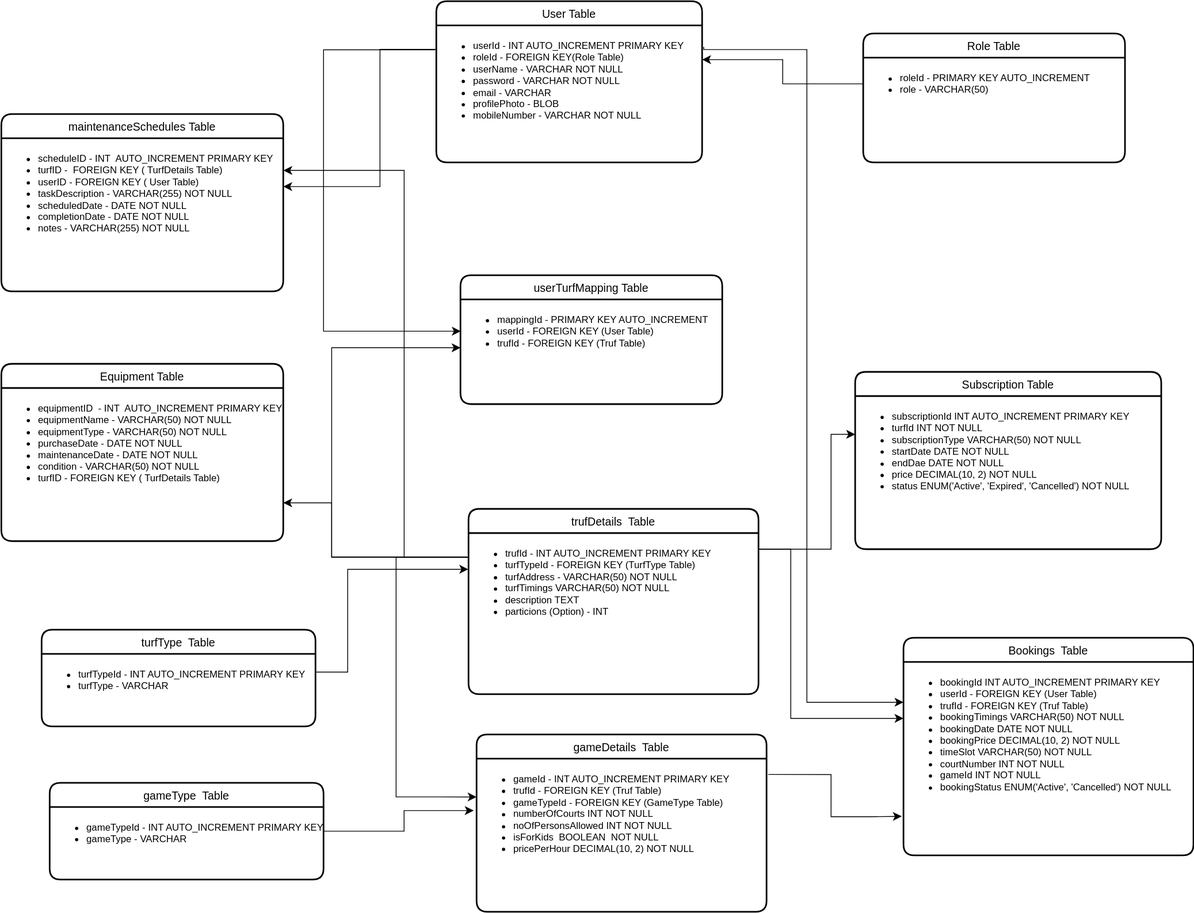
This is er_diagram.drawio.svg from JobPortal006/turf, a draw.io export, as it was before one commit. Source tidied: cells renumbered, new cells last; positions are measured from the earlier drawing's top-left corner, leaving out a move shared by most shapes.
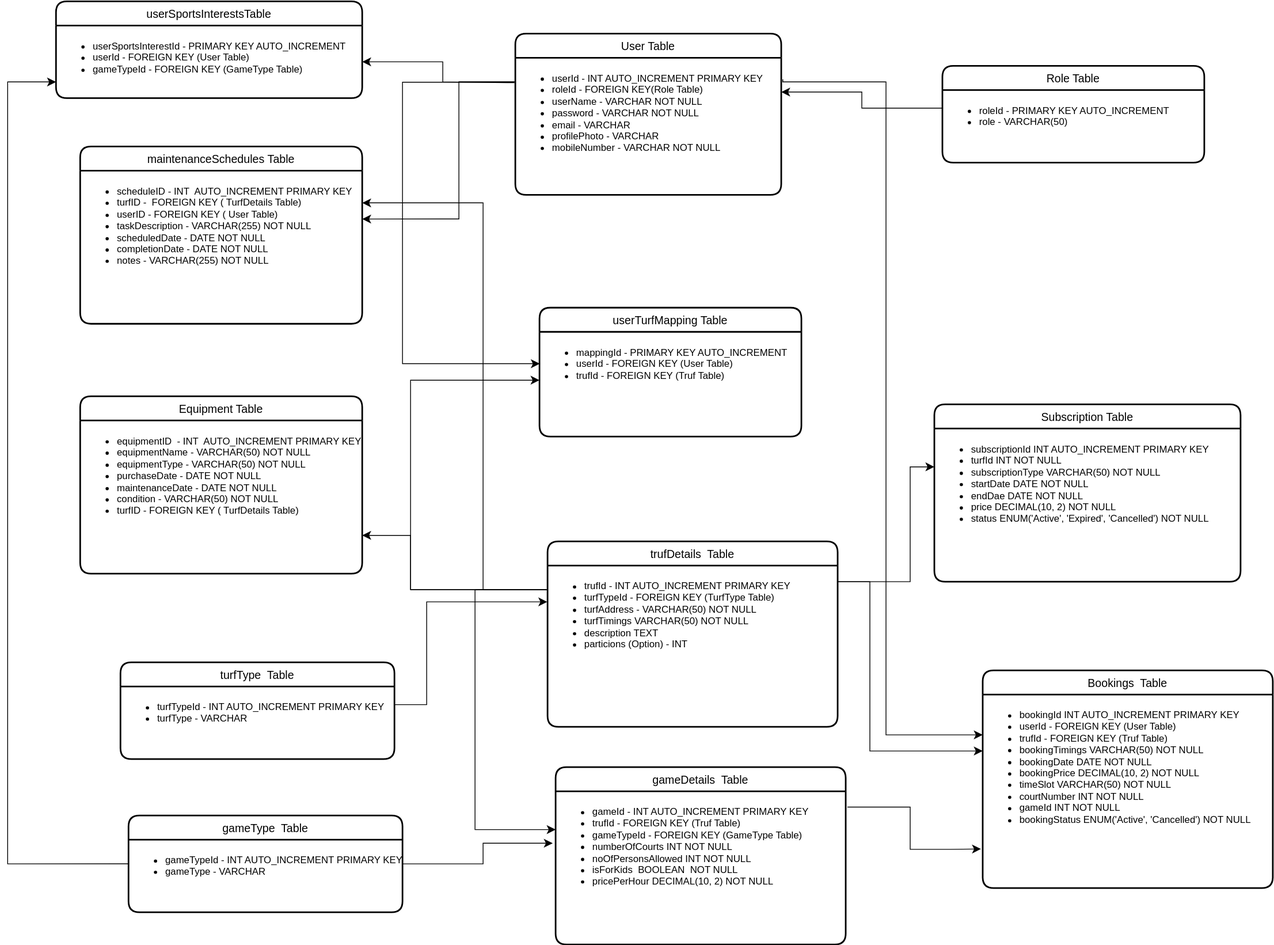
The same file after the commit.

Commit message:
New table ahnages

Change to the diagram source:
```diff
@@ -14,7 +14,7 @@
     <mxCell id="3" value="User Table" style="swimlane;horizontal=1;startSize=30;rounded=1;fontSize=14;fontStyle=0;strokeWidth=2;shadow=0;dashed=0;align=center;" parent="1" vertex="1">
       <mxGeometry x="540" width="330" height="200" as="geometry" />
     </mxCell>
-    <mxCell id="4" value="&lt;ul&gt;&lt;li&gt;&lt;span style=&quot;background-color: initial;&quot;&gt;userId -&amp;nbsp;INT AUTO_INCREMENT PRIMARY KEY&lt;/span&gt;&lt;/li&gt;&lt;li&gt;&lt;span style=&quot;background-color: initial;&quot;&gt;roleId - FOREIGN KEY(Role Table)&lt;/span&gt;&lt;/li&gt;&lt;li&gt;&lt;span style=&quot;background-color: initial;&quot;&gt;userName - VARCHAR NOT NULL&lt;/span&gt;&lt;br&gt;&lt;/li&gt;&lt;li&gt;&lt;span style=&quot;background-color: initial;&quot;&gt;password - VARCHAR NOT NULL&lt;/span&gt;&lt;/li&gt;&lt;li&gt;&lt;span style=&quot;background-color: initial;&quot;&gt;email -&amp;nbsp;VARCHAR&amp;nbsp;&lt;/span&gt;&lt;/li&gt;&lt;li&gt;&lt;span style=&quot;background-color: initial;&quot;&gt;profilePhoto - BLOB&amp;nbsp;&lt;/span&gt;&lt;/li&gt;&lt;li&gt;&lt;span style=&quot;background-color: initial;&quot;&gt;mobileNumber - VARCHAR NOT NULL&lt;/span&gt;&lt;/li&gt;&lt;/ul&gt;" style="align=left;strokeColor=none;fillColor=none;spacingLeft=4;fontSize=12;verticalAlign=top;html=1;" parent="3" vertex="1">
+    <mxCell id="4" value="&lt;ul&gt;&lt;li&gt;&lt;span style=&quot;background-color: initial;&quot;&gt;userId -&amp;nbsp;INT AUTO_INCREMENT PRIMARY KEY&lt;/span&gt;&lt;/li&gt;&lt;li&gt;&lt;span style=&quot;background-color: initial;&quot;&gt;roleId - FOREIGN KEY(Role Table)&lt;/span&gt;&lt;/li&gt;&lt;li&gt;&lt;span style=&quot;background-color: initial;&quot;&gt;userName - VARCHAR NOT NULL&lt;/span&gt;&lt;br&gt;&lt;/li&gt;&lt;li&gt;&lt;span style=&quot;background-color: initial;&quot;&gt;password - VARCHAR NOT NULL&lt;/span&gt;&lt;/li&gt;&lt;li&gt;&lt;span style=&quot;background-color: initial;&quot;&gt;email -&amp;nbsp;VARCHAR&amp;nbsp;&lt;/span&gt;&lt;/li&gt;&lt;li&gt;&lt;span style=&quot;background-color: initial;&quot;&gt;profilePhoto - VARCHAR&lt;/span&gt;&lt;/li&gt;&lt;li&gt;&lt;span style=&quot;background-color: initial;&quot;&gt;mobileNumber - VARCHAR NOT NULL&lt;/span&gt;&lt;/li&gt;&lt;/ul&gt;" style="align=left;strokeColor=none;fillColor=none;spacingLeft=4;fontSize=12;verticalAlign=top;html=1;" parent="3" vertex="1">
       <mxGeometry y="30" width="330" height="170" as="geometry" />
     </mxCell>
     <mxCell id="5" value="trufDetails  Table" style="swimlane;horizontal=1;startSize=30;rounded=1;fontSize=14;fontStyle=0;strokeWidth=2;shadow=0;dashed=0;align=center;" parent="1" vertex="1">
@@ -48,10 +48,10 @@
       <mxGeometry y="30" width="380" height="190" as="geometry" />
     </mxCell>
     <mxCell id="15" value="Role Table" style="swimlane;horizontal=1;startSize=30;rounded=1;fontSize=14;fontStyle=0;strokeWidth=2;shadow=0;dashed=0;align=center;" parent="1" vertex="1">
-      <mxGeometry x="1070" y="40" width="325" height="160" as="geometry" />
+      <mxGeometry x="1070" y="40" width="325" height="120" as="geometry" />
     </mxCell>
     <mxCell id="16" value="&lt;ul&gt;&lt;li&gt;&lt;span style=&quot;background-color: initial;&quot;&gt;roleId - PRIMARY KEY AUTO_INCREMENT&lt;/span&gt;&lt;/li&gt;&lt;li&gt;&lt;span style=&quot;background-color: initial;&quot;&gt;role - VARCHAR(50)&lt;/span&gt;&lt;br&gt;&lt;/li&gt;&lt;/ul&gt;" style="align=left;strokeColor=none;fillColor=none;spacingLeft=4;fontSize=12;verticalAlign=top;html=1;" parent="15" vertex="1">
-      <mxGeometry y="30" width="325" height="130" as="geometry" />
+      <mxGeometry y="30" width="325" height="90" as="geometry" />
     </mxCell>
     <mxCell id="17" value="gameType  Table" style="swimlane;horizontal=1;startSize=30;rounded=1;fontSize=14;fontStyle=0;strokeWidth=2;shadow=0;dashed=0;align=center;" parent="1" vertex="1">
       <mxGeometry x="60" y="970" width="340" height="120" as="geometry" />
@@ -178,5 +178,29 @@
         </Array>
       </mxGeometry>
     </mxCell>
+    <mxCell id="37" value="userSportsInterestsTable" style="swimlane;horizontal=1;startSize=30;rounded=1;fontSize=14;fontStyle=0;strokeWidth=2;shadow=0;dashed=0;align=center;" parent="1" vertex="1">
+      <mxGeometry x="-30" y="-40" width="380" height="120" as="geometry" />
+    </mxCell>
+    <mxCell id="38" value="&lt;ul&gt;&lt;li&gt;&lt;span style=&quot;background-color: initial;&quot;&gt;userSportsInterestId - PRIMARY KEY AUTO_INCREMENT&lt;/span&gt;&lt;/li&gt;&lt;li&gt;&lt;span style=&quot;background-color: initial;&quot;&gt;userId - FOREIGN KEY (User Table)&lt;/span&gt;&lt;/li&gt;&lt;li&gt;&lt;span style=&quot;background-color: initial;&quot;&gt;gameTypeId - FOREIGN KEY (GameType Table)&lt;/span&gt;&lt;/li&gt;&lt;/ul&gt;" style="align=left;strokeColor=none;fillColor=none;spacingLeft=4;fontSize=12;verticalAlign=top;html=1;" parent="37" vertex="1">
+      <mxGeometry y="30" width="380" height="90" as="geometry" />
+    </mxCell>
+    <mxCell id="39" style="edgeStyle=segmentEdgeStyle;endArrow=classic;html=1;curved=0;rounded=0;endSize=8;startSize=8;sourcePerimeterSpacing=0;targetPerimeterSpacing=0;exitX=-0.003;exitY=0.182;exitDx=0;exitDy=0;exitPerimeter=0;entryX=1;entryY=0.5;entryDx=0;entryDy=0;" parent="1" edge="1" source="4" target="38">
+      <mxGeometry relative="1" as="geometry">
+        <Array as="points">
+          <mxPoint x="530" y="61" />
+          <mxPoint x="450" y="60" />
+          <mxPoint x="450" y="35" />
+        </Array>
+      </mxGeometry>
+    </mxCell>
+    <mxCell id="40" style="edgeStyle=segmentEdgeStyle;endArrow=classic;html=1;curved=0;rounded=0;endSize=8;startSize=8;sourcePerimeterSpacing=0;targetPerimeterSpacing=0;exitX=0;exitY=0.333;exitDx=0;exitDy=0;exitPerimeter=0;" parent="1" edge="1" source="18">
+      <mxGeometry relative="1" as="geometry">
+        <mxPoint x="-30" y="60" as="targetPoint" />
+        <Array as="points">
+          <mxPoint x="-90" y="1030" />
+          <mxPoint x="-90" y="60" />
+        </Array>
+      </mxGeometry>
+    </mxCell>
   </root>
 </mxGraphModel>
```
